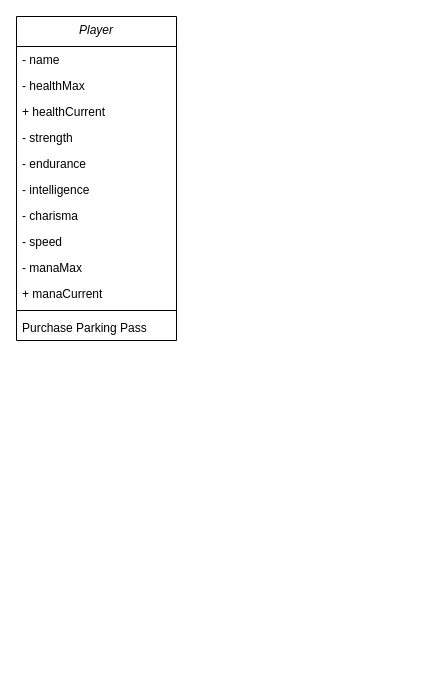
Above: Untitled Diagram.drawio in chris-ac-malone/the-crucible-skull (draw.io), before the change. Source tidied: cells renumbered, new cells numbered last; positions are measured from the earlier drawing's top-left corner, leaving out a move shared by most shapes. Both pictures are drawn from the tidied source at 100%, with x=0, y=0 at pixel (16, 16).
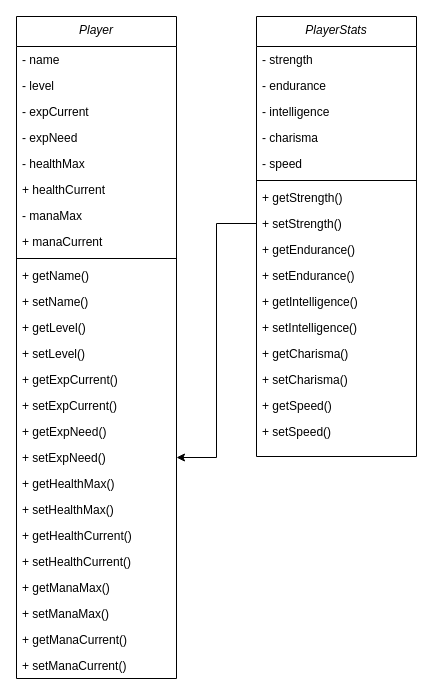
Above is the later version.

Diff of the diagram source:
```diff
@@
     <mxCell id="2" value="Player" style="swimlane;fontStyle=2;align=center;verticalAlign=top;horizontal=1;startSize=30;rounded=0;shadow=0;strokeWidth=1;" parent="1" vertex="1">
-      <mxGeometry width="160" height="324" as="geometry" />
+      <mxGeometry width="160" height="662" as="geometry" />
     </mxCell>
+    <mxCell id="15" value="- name" style="text;align=left;verticalAlign=top;spacingLeft=4;spacingRight=4;overflow=hidden;shadow=1;" parent="2" vertex="1">
+      <mxGeometry y="30" width="160" height="26" as="geometry" />
+    </mxCell>
+    <mxCell id="16" value="- level" style="text;align=left;verticalAlign=top;spacingLeft=4;spacingRight=4;overflow=hidden;shadow=1;" parent="2" vertex="1">
+      <mxGeometry y="56" width="160" height="26" as="geometry" />
+    </mxCell>
+    <mxCell id="17" value="- expCurrent" style="text;align=left;verticalAlign=top;spacingLeft=4;spacingRight=4;overflow=hidden;shadow=1;" parent="2" vertex="1">
+      <mxGeometry y="82" width="160" height="26" as="geometry" />
+    </mxCell>
-    <mxCell id="3" value="- name" style="text;align=left;verticalAlign=top;spacingLeft=4;spacingRight=4;overflow=hidden;shadow=1;" parent="2" vertex="1">
-      <mxGeometry y="30" width="160" height="26" as="geometry" />
+    <mxCell id="3" value="- expNeed" style="text;align=left;verticalAlign=top;spacingLeft=4;spacingRight=4;overflow=hidden;shadow=1;" parent="2" vertex="1">
+      <mxGeometry y="108" width="160" height="26" as="geometry" />
     </mxCell>
     <mxCell id="4" value="- healthMax" style="text;align=left;verticalAlign=top;spacingLeft=4;spacingRight=4;overflow=hidden;shadow=1;" parent="2" vertex="1">
-      <mxGeometry y="56" width="160" height="26" as="geometry" />
+      <mxGeometry y="134" width="160" height="26" as="geometry" />
     </mxCell>
     <mxCell id="5" value="+ healthCurrent" style="text;align=left;verticalAlign=top;spacingLeft=4;spacingRight=4;overflow=hidden;shadow=1;" parent="2" vertex="1">
-      <mxGeometry y="82" width="160" height="26" as="geometry" />
+      <mxGeometry y="160" width="160" height="26" as="geometry" />
     </mxCell>
+    <mxCell id="11" value="- manaMax" style="text;align=left;verticalAlign=top;spacingLeft=4;spacingRight=4;overflow=hidden;shadow=1;" parent="2" vertex="1">
+      <mxGeometry y="186" width="160" height="26" as="geometry" />
+    </mxCell>
+    <mxCell id="12" value="+ manaCurrent" style="text;align=left;verticalAlign=top;spacingLeft=4;spacingRight=4;overflow=hidden;shadow=1;" parent="2" vertex="1">
+      <mxGeometry y="212" width="160" height="26" as="geometry" />
+    </mxCell>
+    <mxCell id="13" style="line;html=1;strokeWidth=1;align=left;verticalAlign=middle;spacingTop=-1;spacingLeft=3;spacingRight=3;labelPosition=right;" parent="2" vertex="1">
+      <mxGeometry y="238" width="160" height="8" as="geometry" />
+    </mxCell>
+    <mxCell id="14" value="+ getName()" style="text;align=left;verticalAlign=top;spacingLeft=4;spacingRight=4;overflow=hidden;" parent="2" vertex="1">
+      <mxGeometry y="246" width="160" height="26" as="geometry" />
+    </mxCell>
+    <mxCell id="18" value="+ setName()" style="text;align=left;verticalAlign=top;spacingLeft=4;spacingRight=4;overflow=hidden;" parent="2" vertex="1">
+      <mxGeometry y="272" width="160" height="26" as="geometry" />
+    </mxCell>
+    <mxCell id="19" value="+ getLevel()" style="text;align=left;verticalAlign=top;spacingLeft=4;spacingRight=4;overflow=hidden;" parent="2" vertex="1">
+      <mxGeometry y="298" width="160" height="26" as="geometry" />
+    </mxCell>
+    <mxCell id="20" value="+ setLevel()" style="text;align=left;verticalAlign=top;spacingLeft=4;spacingRight=4;overflow=hidden;" parent="2" vertex="1">
+      <mxGeometry y="324" width="160" height="26" as="geometry" />
+    </mxCell>
+    <mxCell id="21" value="+ getExpCurrent()" style="text;align=left;verticalAlign=top;spacingLeft=4;spacingRight=4;overflow=hidden;" parent="2" vertex="1">
+      <mxGeometry y="350" width="160" height="26" as="geometry" />
+    </mxCell>
+    <mxCell id="22" value="+ setExpCurrent()" style="text;align=left;verticalAlign=top;spacingLeft=4;spacingRight=4;overflow=hidden;" parent="2" vertex="1">
+      <mxGeometry y="376" width="160" height="26" as="geometry" />
+    </mxCell>
+    <mxCell id="23" value="+ getExpNeed()" style="text;align=left;verticalAlign=top;spacingLeft=4;spacingRight=4;overflow=hidden;" parent="2" vertex="1">
+      <mxGeometry y="402" width="160" height="26" as="geometry" />
+    </mxCell>
+    <mxCell id="24" value="+ setExpNeed()" style="text;align=left;verticalAlign=top;spacingLeft=4;spacingRight=4;overflow=hidden;points=[[0,0.5],[1,0.5]];portConstraint=eastwest;" parent="2" vertex="1">
+      <mxGeometry y="428" width="160" height="26" as="geometry" />
+    </mxCell>
+    <mxCell id="25" value="+ getHealthMax()" style="text;align=left;verticalAlign=top;spacingLeft=4;spacingRight=4;overflow=hidden;" parent="2" vertex="1">
+      <mxGeometry y="454" width="160" height="26" as="geometry" />
+    </mxCell>
+    <mxCell id="26" value="+ setHealthMax()" style="text;align=left;verticalAlign=top;spacingLeft=4;spacingRight=4;overflow=hidden;" parent="2" vertex="1">
+      <mxGeometry y="480" width="160" height="26" as="geometry" />
+    </mxCell>
+    <mxCell id="27" value="+ getHealthCurrent()" style="text;align=left;verticalAlign=top;spacingLeft=4;spacingRight=4;overflow=hidden;" parent="2" vertex="1">
+      <mxGeometry y="506" width="160" height="26" as="geometry" />
+    </mxCell>
+    <mxCell id="28" value="+ setHealthCurrent()" style="text;align=left;verticalAlign=top;spacingLeft=4;spacingRight=4;overflow=hidden;" parent="2" vertex="1">
+      <mxGeometry y="532" width="160" height="26" as="geometry" />
+    </mxCell>
+    <mxCell id="29" value="+ getManaMax()" style="text;align=left;verticalAlign=top;spacingLeft=4;spacingRight=4;overflow=hidden;" parent="2" vertex="1">
+      <mxGeometry y="558" width="160" height="26" as="geometry" />
+    </mxCell>
+    <mxCell id="30" value="+ setManaMax()" style="text;align=left;verticalAlign=top;spacingLeft=4;spacingRight=4;overflow=hidden;" parent="2" vertex="1">
+      <mxGeometry y="584" width="160" height="26" as="geometry" />
+    </mxCell>
+    <mxCell id="31" value="+ getManaCurrent()" style="text;align=left;verticalAlign=top;spacingLeft=4;spacingRight=4;overflow=hidden;" parent="2" vertex="1">
+      <mxGeometry y="610" width="160" height="26" as="geometry" />
+    </mxCell>
+    <mxCell id="32" value="+ setManaCurrent()" style="text;align=left;verticalAlign=top;spacingLeft=4;spacingRight=4;overflow=hidden;" parent="2" vertex="1">
+      <mxGeometry y="636" width="160" height="26" as="geometry" />
+    </mxCell>
+    <mxCell id="33" value="PlayerStats" style="swimlane;fontStyle=2;align=center;verticalAlign=top;horizontal=1;startSize=30;rounded=0;shadow=0;strokeWidth=1;" parent="1" vertex="1">
+      <mxGeometry x="240" width="160" height="440" as="geometry" />
+    </mxCell>
-    <mxCell id="6" value="- strength" style="text;align=left;verticalAlign=top;spacingLeft=4;spacingRight=4;overflow=hidden;shadow=1;" parent="2" vertex="1">
-      <mxGeometry y="108" width="160" height="26" as="geometry" />
+    <mxCell id="6" value="- strength" style="text;align=left;verticalAlign=top;spacingLeft=4;spacingRight=4;overflow=hidden;shadow=1;" parent="33" vertex="1">
+      <mxGeometry y="30" width="160" height="26" as="geometry" />
     </mxCell>
-    <mxCell id="7" value="- endurance" style="text;align=left;verticalAlign=top;spacingLeft=4;spacingRight=4;overflow=hidden;shadow=1;" parent="2" vertex="1">
-      <mxGeometry y="134" width="160" height="26" as="geometry" />
+    <mxCell id="7" value="- endurance" style="text;align=left;verticalAlign=top;spacingLeft=4;spacingRight=4;overflow=hidden;shadow=1;" parent="33" vertex="1">
+      <mxGeometry y="56" width="160" height="26" as="geometry" />
     </mxCell>
-    <mxCell id="8" value="- intelligence" style="text;align=left;verticalAlign=top;spacingLeft=4;spacingRight=4;overflow=hidden;shadow=1;" parent="2" vertex="1">
-      <mxGeometry y="160" width="160" height="26" as="geometry" />
+    <mxCell id="8" value="- intelligence" style="text;align=left;verticalAlign=top;spacingLeft=4;spacingRight=4;overflow=hidden;shadow=1;" parent="33" vertex="1">
+      <mxGeometry y="82" width="160" height="26" as="geometry" />
     </mxCell>
-    <mxCell id="9" value="- charisma" style="text;align=left;verticalAlign=top;spacingLeft=4;spacingRight=4;overflow=hidden;shadow=1;" parent="2" vertex="1">
-      <mxGeometry y="186" width="160" height="26" as="geometry" />
+    <mxCell id="9" value="- charisma" style="text;align=left;verticalAlign=top;spacingLeft=4;spacingRight=4;overflow=hidden;shadow=1;" parent="33" vertex="1">
+      <mxGeometry y="108" width="160" height="26" as="geometry" />
     </mxCell>
-    <mxCell id="10" value="- speed" style="text;align=left;verticalAlign=top;spacingLeft=4;spacingRight=4;overflow=hidden;shadow=1;" parent="2" vertex="1">
-      <mxGeometry y="212" width="160" height="26" as="geometry" />
+    <mxCell id="10" value="- speed" style="text;align=left;verticalAlign=top;spacingLeft=4;spacingRight=4;overflow=hidden;shadow=1;" parent="33" vertex="1">
+      <mxGeometry y="134" width="160" height="26" as="geometry" />
     </mxCell>
-    <mxCell id="11" value="- manaMax" style="text;align=left;verticalAlign=top;spacingLeft=4;spacingRight=4;overflow=hidden;shadow=1;" parent="2" vertex="1">
-      <mxGeometry y="238" width="160" height="26" as="geometry" />
-    </mxCell>
-    <mxCell id="12" value="+ manaCurrent" style="text;align=left;verticalAlign=top;spacingLeft=4;spacingRight=4;overflow=hidden;shadow=1;" parent="2" vertex="1">
-      <mxGeometry y="264" width="160" height="26" as="geometry" />
-    </mxCell>
-    <mxCell id="13" style="line;html=1;strokeWidth=1;align=left;verticalAlign=middle;spacingTop=-1;spacingLeft=3;spacingRight=3;labelPosition=right;" parent="2" vertex="1">
-      <mxGeometry y="290" width="160" height="8" as="geometry" />
-    </mxCell>
-    <mxCell id="14" value="Purchase Parking Pass" style="text;align=left;verticalAlign=top;spacingLeft=4;spacingRight=4;overflow=hidden;" parent="2" vertex="1">
-      <mxGeometry y="298" width="160" height="26" as="geometry" />
-    </mxCell>
+    <mxCell id="34" style="line;html=1;strokeWidth=1;align=left;verticalAlign=middle;spacingTop=-1;spacingLeft=3;spacingRight=3;labelPosition=right;" parent="33" vertex="1">
+      <mxGeometry y="160" width="160" height="8" as="geometry" />
+    </mxCell>
+    <mxCell id="35" value="+ getStrength()" style="text;align=left;verticalAlign=top;spacingLeft=4;spacingRight=4;overflow=hidden;" parent="33" vertex="1">
+      <mxGeometry y="168" width="160" height="26" as="geometry" />
+    </mxCell>
+    <mxCell id="36" value="+ setStrength()" style="text;align=left;verticalAlign=top;spacingLeft=4;spacingRight=4;overflow=hidden;points=[[0,0.5],[1,0.5]];portConstraint=eastwest;" parent="33" vertex="1">
+      <mxGeometry y="194" width="160" height="26" as="geometry" />
+    </mxCell>
+    <mxCell id="37" value="+ getEndurance()" style="text;align=left;verticalAlign=top;spacingLeft=4;spacingRight=4;overflow=hidden;" parent="33" vertex="1">
+      <mxGeometry y="220" width="160" height="26" as="geometry" />
+    </mxCell>
+    <mxCell id="38" value="+ setEndurance()" style="text;align=left;verticalAlign=top;spacingLeft=4;spacingRight=4;overflow=hidden;" parent="33" vertex="1">
+      <mxGeometry y="246" width="160" height="26" as="geometry" />
+    </mxCell>
+    <mxCell id="39" value="+ getIntelligence()" style="text;align=left;verticalAlign=top;spacingLeft=4;spacingRight=4;overflow=hidden;" parent="33" vertex="1">
+      <mxGeometry y="272" width="160" height="26" as="geometry" />
+    </mxCell>
+    <mxCell id="40" value="+ setIntelligence()" style="text;align=left;verticalAlign=top;spacingLeft=4;spacingRight=4;overflow=hidden;" parent="33" vertex="1">
+      <mxGeometry y="298" width="160" height="26" as="geometry" />
+    </mxCell>
+    <mxCell id="41" value="+ getCharisma()" style="text;align=left;verticalAlign=top;spacingLeft=4;spacingRight=4;overflow=hidden;" parent="33" vertex="1">
+      <mxGeometry y="324" width="160" height="26" as="geometry" />
+    </mxCell>
+    <mxCell id="42" value="+ setCharisma()" style="text;align=left;verticalAlign=top;spacingLeft=4;spacingRight=4;overflow=hidden;" parent="33" vertex="1">
+      <mxGeometry y="350" width="160" height="26" as="geometry" />
+    </mxCell>
+    <mxCell id="43" value="+ getSpeed()" style="text;align=left;verticalAlign=top;spacingLeft=4;spacingRight=4;overflow=hidden;" parent="33" vertex="1">
+      <mxGeometry y="376" width="160" height="26" as="geometry" />
+    </mxCell>
+    <mxCell id="44" value="+ setSpeed()" style="text;align=left;verticalAlign=top;spacingLeft=4;spacingRight=4;overflow=hidden;" parent="33" vertex="1">
+      <mxGeometry y="402" width="160" height="26" as="geometry" />
+    </mxCell>
+    <mxCell id="45" style="edgeStyle=orthogonalEdgeStyle;rounded=0;jettySize=auto;html=1;exitX=0;exitY=0.5;exitDx=0;exitDy=0;entryX=1;entryY=0.5;entryDx=0;entryDy=0;" parent="1" edge="1" source="36" target="24">
+      <mxGeometry relative="1" as="geometry" />
+    </mxCell>
```
